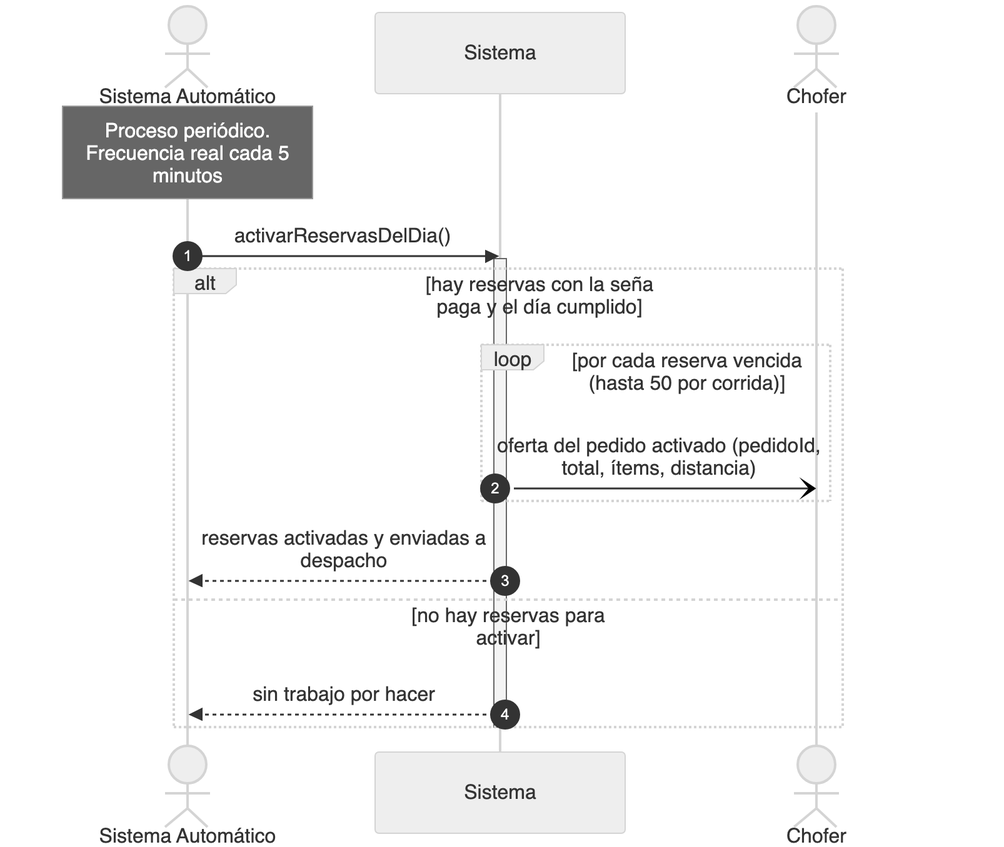
Above: diagramas/png/DSS_CU-075_Activar-Reservas-Vencidas-Automaticamente.png in Nahuelito-Dev/splg-docs (Mermaid), before the change. Its source is kept beside it as diagramas/DSS_CU-075_Activar-Reservas-Vencidas-Automaticamente.mmd. The source it was exported from:
```mermaid
sequenceDiagram
    title DSS — CU-075 Activar Reservas Vencidas Automaticamente
    autonumber
    actor AUT as Sistema Automático
    participant SIS as Sistema
    actor CHO as Chofer

    Note over AUT: Proceso periódico. Frecuencia real cada 5 minutos
    AUT->>SIS: activarReservasDelDia()
    activate SIS
    alt hay reservas con la seña paga y el día cumplido
        loop por cada reserva vencida (hasta 50 por corrida)
            SIS-)CHO: oferta del pedido activado (pedidoId, total, ítems, distancia)
        end
        SIS-->>AUT: reservas activadas y enviadas a despacho
    else no hay reservas para activar
        SIS-->>AUT: sin trabajo por hacer
    end
    deactivate SIS
```
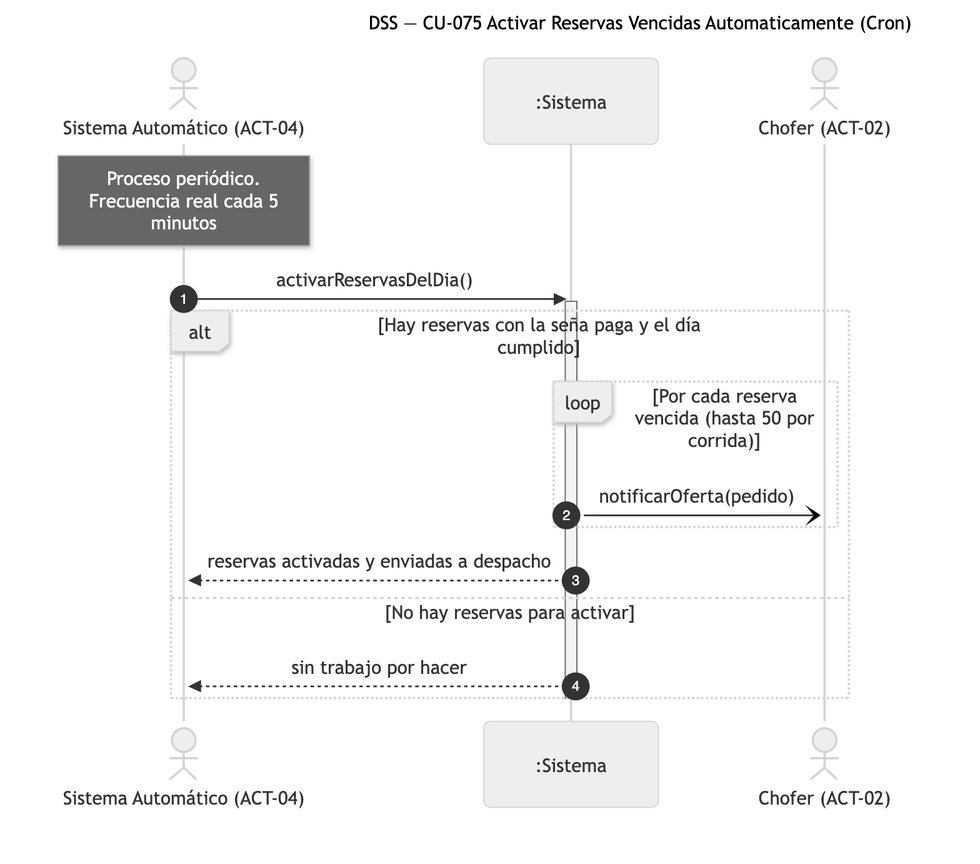
The same file after the commit.

What changed in the source:
```diff
@@ -1,19 +1,19 @@
 sequenceDiagram
-    title DSS — CU-075 Activar Reservas Vencidas Automaticamente
+    title DSS — CU-075 Activar Reservas Vencidas Automaticamente (Cron)
     autonumber
-    actor AUT as Sistema Automático
-    participant SIS as Sistema
-    actor CHO as Chofer
+    actor SAU as Sistema Automático (ACT-04)
+    participant SIS as :Sistema
+    actor CHO as Chofer (ACT-02)
 
-    Note over AUT: Proceso periódico. Frecuencia real cada 5 minutos
-    AUT->>SIS: activarReservasDelDia()
+    Note over SAU: Proceso periódico.<br/>Frecuencia real cada 5<br/>minutos
+    SAU->>SIS: activarReservasDelDia()
     activate SIS
-    alt hay reservas con la seña paga y el día cumplido
-        loop por cada reserva vencida (hasta 50 por corrida)
-            SIS-)CHO: oferta del pedido activado (pedidoId, total, ítems, distancia)
+    alt Hay reservas con la seña paga y el día cumplido
+        loop Por cada reserva vencida (hasta 50 por corrida)
+            SIS-)CHO: notificarOferta(pedido)
         end
-        SIS-->>AUT: reservas activadas y enviadas a despacho
-    else no hay reservas para activar
-        SIS-->>AUT: sin trabajo por hacer
+        SIS-->>SAU: reservas activadas y enviadas a despacho
+    else No hay reservas para activar
+        SIS-->>SAU: sin trabajo por hacer
     end
     deactivate SIS
```
